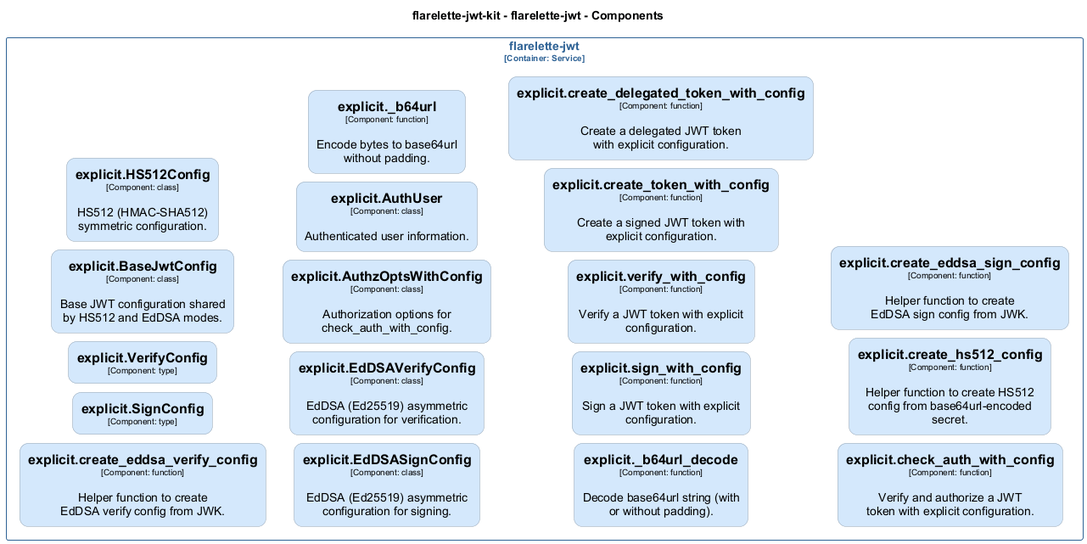
Above: docs/architecture/diagrams/structurizr-Classes_flarelette_jwt__explicit.png in chrislyons-dev/flarelette-jwt-kit (PlantUML), before the change.
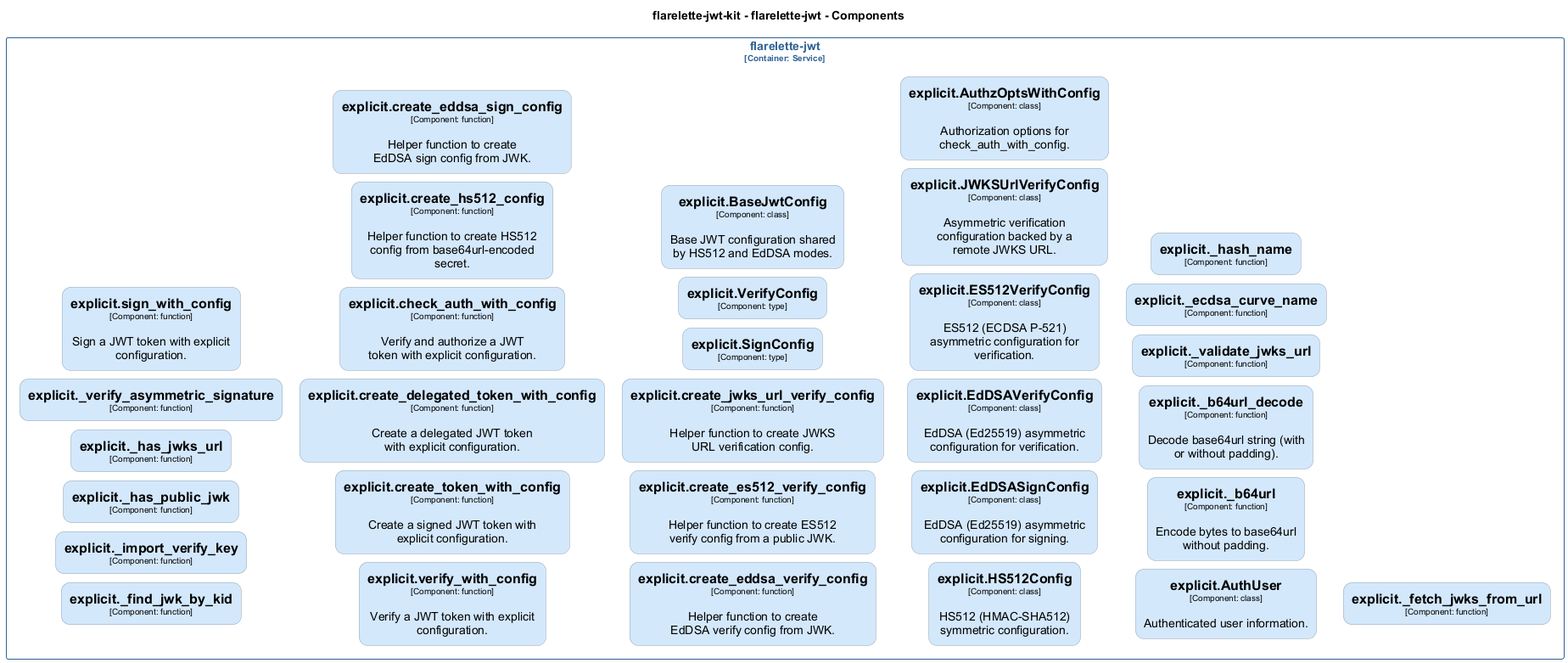
After the change.

Diff of the diagram source:
```diff
@@ -37,6 +37,13 @@
   roundCorner 20
   shadowing false
 }
+skinparam rectangle<<flarelettejwtkit.flarelettejwt.explicitES512VerifyConfig>> {
+  BackgroundColor #d4e8fc
+  FontColor #000000
+  BorderColor #94a2b0
+  roundCorner 20
+  shadowing false
+}
 skinparam rectangle<<flarelettejwtkit.flarelettejwt.explicitEdDSASignConfig>> {
   BackgroundColor #d4e8fc
   FontColor #000000
@@ -52,6 +59,13 @@
   shadowing false
 }
 skinparam rectangle<<flarelettejwtkit.flarelettejwt.explicitHS512Config>> {
+  BackgroundColor #d4e8fc
+  FontColor #000000
+  BorderColor #94a2b0
+  roundCorner 20
+  shadowing false
+}
+skinparam rectangle<<flarelettejwtkit.flarelettejwt.explicitJWKSUrlVerifyConfig>> {
   BackgroundColor #d4e8fc
   FontColor #000000
   BorderColor #94a2b0
@@ -86,6 +100,69 @@
   roundCorner 20
   shadowing false
 }
+skinparam rectangle<<flarelettejwtkit.flarelettejwt.explicit_ecdsa_curve_name>> {
+  BackgroundColor #d4e8fc
+  FontColor #000000
+  BorderColor #94a2b0
+  roundCorner 20
+  shadowing false
+}
+skinparam rectangle<<flarelettejwtkit.flarelettejwt.explicit_fetch_jwks_from_url>> {
+  BackgroundColor #d4e8fc
+  FontColor #000000
+  BorderColor #94a2b0
+  roundCorner 20
+  shadowing false
+}
+skinparam rectangle<<flarelettejwtkit.flarelettejwt.explicit_find_jwk_by_kid>> {
+  BackgroundColor #d4e8fc
+  FontColor #000000
+  BorderColor #94a2b0
+  roundCorner 20
+  shadowing false
+}
+skinparam rectangle<<flarelettejwtkit.flarelettejwt.explicit_has_jwks_url>> {
+  BackgroundColor #d4e8fc
+  FontColor #000000
+  BorderColor #94a2b0
+  roundCorner 20
+  shadowing false
+}
+skinparam rectangle<<flarelettejwtkit.flarelettejwt.explicit_has_public_jwk>> {
+  BackgroundColor #d4e8fc
+  FontColor #000000
+  BorderColor #94a2b0
+  roundCorner 20
+  shadowing false
+}
+skinparam rectangle<<flarelettejwtkit.flarelettejwt.explicit_hash_name>> {
+  BackgroundColor #d4e8fc
+  FontColor #000000
+  BorderColor #94a2b0
+  roundCorner 20
+  shadowing false
+}
+skinparam rectangle<<flarelettejwtkit.flarelettejwt.explicit_import_verify_key>> {
+  BackgroundColor #d4e8fc
+  FontColor #000000
+  BorderColor #94a2b0
+  roundCorner 20
+  shadowing false
+}
+skinparam rectangle<<flarelettejwtkit.flarelettejwt.explicit_validate_jwks_url>> {
+  BackgroundColor #d4e8fc
+  FontColor #000000
+  BorderColor #94a2b0
+  roundCorner 20
+  shadowing false
+}
+skinparam rectangle<<flarelettejwtkit.flarelettejwt.explicit_verify_asymmetric_signature>> {
+  BackgroundColor #d4e8fc
+  FontColor #000000
+  BorderColor #94a2b0
+  roundCorner 20
+  shadowing false
+}
 skinparam rectangle<<flarelettejwtkit.flarelettejwt.explicitcheck_auth_with_config>> {
   BackgroundColor #d4e8fc
   FontColor #000000
@@ -114,7 +191,21 @@
   roundCorner 20
   shadowing false
 }
+skinparam rectangle<<flarelettejwtkit.flarelettejwt.explicitcreate_es512_verify_config>> {
+  BackgroundColor #d4e8fc
+  FontColor #000000
+  BorderColor #94a2b0
+  roundCorner 20
+  shadowing false
+}
 skinparam rectangle<<flarelettejwtkit.flarelettejwt.explicitcreate_hs512_config>> {
+  BackgroundColor #d4e8fc
+  FontColor #000000
+  BorderColor #94a2b0
+  roundCorner 20
+  shadowing false
+}
+skinparam rectangle<<flarelettejwtkit.flarelettejwt.explicitcreate_jwks_url_verify_config>> {
   BackgroundColor #d4e8fc
   FontColor #000000
   BorderColor #94a2b0
@@ -149,17 +240,11 @@
 }
 
 rectangle "flarelette-jwt\n<size:10>[Container: Service]</size>" <<flarelettejwtkit.flarelettejwt>> {
-  rectangle "==explicit.create_eddsa_verify_config\n<size:10>[Component: function]</size>\n\nHelper function to create EdDSA verify config from JWK." <<flarelettejwtkit.flarelettejwt.explicitcreate_eddsa_verify_config>> as flarelettejwtkit.flarelettejwt.explicitcreate_eddsa_verify_config
-  rectangle "==explicit.SignConfig\n<size:10>[Component: type]</size>" <<flarelettejwtkit.flarelettejwt.explicitSignConfig>> as flarelettejwtkit.flarelettejwt.explicitSignConfig
-  rectangle "==explicit.VerifyConfig\n<size:10>[Component: type]</size>" <<flarelettejwtkit.flarelettejwt.explicitVerifyConfig>> as flarelettejwtkit.flarelettejwt.explicitVerifyConfig
-  rectangle "==explicit.BaseJwtConfig\n<size:10>[Component: class]</size>\n\nBase JWT configuration shared by HS512 and EdDSA modes." <<flarelettejwtkit.flarelettejwt.explicitBaseJwtConfig>> as flarelettejwtkit.flarelettejwt.explicitBaseJwtConfig
-  rectangle "==explicit.HS512Config\n<size:10>[Component: class]</size>\n\nHS512 (HMAC-SHA512) symmetric configuration." <<flarelettejwtkit.flarelettejwt.explicitHS512Config>> as flarelettejwtkit.flarelettejwt.explicitHS512Config
-  rectangle "==explicit.EdDSASignConfig\n<size:10>[Component: class]</size>\n\nEdDSA (Ed25519) asymmetric configuration for signing." <<flarelettejwtkit.flarelettejwt.explicitEdDSASignConfig>> as flarelettejwtkit.flarelettejwt.explicitEdDSASignConfig
-  rectangle "==explicit.EdDSAVerifyConfig\n<size:10>[Component: class]</size>\n\nEdDSA (Ed25519) asymmetric configuration for verification." <<flarelettejwtkit.flarelettejwt.explicitEdDSAVerifyConfig>> as flarelettejwtkit.flarelettejwt.explicitEdDSAVerifyConfig
-  rectangle "==explicit.AuthzOptsWithConfig\n<size:10>[Component: class]</size>\n\nAuthorization options for check_auth_with_config." <<flarelettejwtkit.flarelettejwt.explicitAuthzOptsWithConfig>> as flarelettejwtkit.flarelettejwt.explicitAuthzOptsWithConfig
-  rectangle "==explicit.AuthUser\n<size:10>[Component: class]</size>\n\nAuthenticated user information." <<flarelettejwtkit.flarelettejwt.explicitAuthUser>> as flarelettejwtkit.flarelettejwt.explicitAuthUser
-  rectangle "==explicit._b64url\n<size:10>[Component: function]</size>\n\nEncode bytes to base64url without padding." <<flarelettejwtkit.flarelettejwt.explicit_b64url>> as flarelettejwtkit.flarelettejwt.explicit_b64url
-  rectangle "==explicit._b64url_decode\n<size:10>[Component: function]</size>\n\nDecode base64url string (with or without padding)." <<flarelettejwtkit.flarelettejwt.explicit_b64url_decode>> as flarelettejwtkit.flarelettejwt.explicit_b64url_decode
+  rectangle "==explicit._find_jwk_by_kid\n<size:10>[Component: function]</size>" <<flarelettejwtkit.flarelettejwt.explicit_find_jwk_by_kid>> as flarelettejwtkit.flarelettejwt.explicit_find_jwk_by_kid
+  rectangle "==explicit._import_verify_key\n<size:10>[Component: function]</size>" <<flarelettejwtkit.flarelettejwt.explicit_import_verify_key>> as flarelettejwtkit.flarelettejwt.explicit_import_verify_key
+  rectangle "==explicit._has_public_jwk\n<size:10>[Component: function]</size>" <<flarelettejwtkit.flarelettejwt.explicit_has_public_jwk>> as flarelettejwtkit.flarelettejwt.explicit_has_public_jwk
+  rectangle "==explicit._has_jwks_url\n<size:10>[Component: function]</size>" <<flarelettejwtkit.flarelettejwt.explicit_has_jwks_url>> as flarelettejwtkit.flarelettejwt.explicit_has_jwks_url
+  rectangle "==explicit._verify_asymmetric_signature\n<size:10>[Component: function]</size>" <<flarelettejwtkit.flarelettejwt.explicit_verify_asymmetric_signature>> as flarelettejwtkit.flarelettejwt.explicit_verify_asymmetric_signature
   rectangle "==explicit.sign_with_config\n<size:10>[Component: function]</size>\n\nSign a JWT token with explicit configuration." <<flarelettejwtkit.flarelettejwt.explicitsign_with_config>> as flarelettejwtkit.flarelettejwt.explicitsign_with_config
   rectangle "==explicit.verify_with_config\n<size:10>[Component: function]</size>\n\nVerify a JWT token with explicit configuration." <<flarelettejwtkit.flarelettejwt.explicitverify_with_config>> as flarelettejwtkit.flarelettejwt.explicitverify_with_config
   rectangle "==explicit.create_token_with_config\n<size:10>[Component: function]</size>\n\nCreate a signed JWT token with explicit configuration." <<flarelettejwtkit.flarelettejwt.explicitcreate_token_with_config>> as flarelettejwtkit.flarelettejwt.explicitcreate_token_with_config
@@ -167,6 +252,25 @@
   rectangle "==explicit.check_auth_with_config\n<size:10>[Component: function]</size>\n\nVerify and authorize a JWT token with explicit configuration." <<flarelettejwtkit.flarelettejwt.explicitcheck_auth_with_config>> as flarelettejwtkit.flarelettejwt.explicitcheck_auth_with_config
   rectangle "==explicit.create_hs512_config\n<size:10>[Component: function]</size>\n\nHelper function to create HS512 config from base64url-encoded secret." <<flarelettejwtkit.flarelettejwt.explicitcreate_hs512_config>> as flarelettejwtkit.flarelettejwt.explicitcreate_hs512_config
   rectangle "==explicit.create_eddsa_sign_config\n<size:10>[Component: function]</size>\n\nHelper function to create EdDSA sign config from JWK." <<flarelettejwtkit.flarelettejwt.explicitcreate_eddsa_sign_config>> as flarelettejwtkit.flarelettejwt.explicitcreate_eddsa_sign_config
+  rectangle "==explicit.create_eddsa_verify_config\n<size:10>[Component: function]</size>\n\nHelper function to create EdDSA verify config from JWK." <<flarelettejwtkit.flarelettejwt.explicitcreate_eddsa_verify_config>> as flarelettejwtkit.flarelettejwt.explicitcreate_eddsa_verify_config
+  rectangle "==explicit.create_es512_verify_config\n<size:10>[Component: function]</size>\n\nHelper function to create ES512 verify config from a public JWK." <<flarelettejwtkit.flarelettejwt.explicitcreate_es512_verify_config>> as flarelettejwtkit.flarelettejwt.explicitcreate_es512_verify_config
+  rectangle "==explicit.create_jwks_url_verify_config\n<size:10>[Component: function]</size>\n\nHelper function to create JWKS URL verification config." <<flarelettejwtkit.flarelettejwt.explicitcreate_jwks_url_verify_config>> as flarelettejwtkit.flarelettejwt.explicitcreate_jwks_url_verify_config
+  rectangle "==explicit.SignConfig\n<size:10>[Component: type]</size>" <<flarelettejwtkit.flarelettejwt.explicitSignConfig>> as flarelettejwtkit.flarelettejwt.explicitSignConfig
+  rectangle "==explicit.VerifyConfig\n<size:10>[Component: type]</size>" <<flarelettejwtkit.flarelettejwt.explicitVerifyConfig>> as flarelettejwtkit.flarelettejwt.explicitVerifyConfig
+  rectangle "==explicit.BaseJwtConfig\n<size:10>[Component: class]</size>\n\nBase JWT configuration shared by HS512 and EdDSA modes." <<flarelettejwtkit.flarelettejwt.explicitBaseJwtConfig>> as flarelettejwtkit.flarelettejwt.explicitBaseJwtConfig
+  rectangle "==explicit.HS512Config\n<size:10>[Component: class]</size>\n\nHS512 (HMAC-SHA512) symmetric configuration." <<flarelettejwtkit.flarelettejwt.explicitHS512Config>> as flarelettejwtkit.flarelettejwt.explicitHS512Config
+  rectangle "==explicit.EdDSASignConfig\n<size:10>[Component: class]</size>\n\nEdDSA (Ed25519) asymmetric configuration for signing." <<flarelettejwtkit.flarelettejwt.explicitEdDSASignConfig>> as flarelettejwtkit.flarelettejwt.explicitEdDSASignConfig
+  rectangle "==explicit.EdDSAVerifyConfig\n<size:10>[Component: class]</size>\n\nEdDSA (Ed25519) asymmetric configuration for verification." <<flarelettejwtkit.flarelettejwt.explicitEdDSAVerifyConfig>> as flarelettejwtkit.flarelettejwt.explicitEdDSAVerifyConfig
+  rectangle "==explicit.ES512VerifyConfig\n<size:10>[Component: class]</size>\n\nES512 (ECDSA P-521) asymmetric configuration for verification." <<flarelettejwtkit.flarelettejwt.explicitES512VerifyConfig>> as flarelettejwtkit.flarelettejwt.explicitES512VerifyConfig
+  rectangle "==explicit.JWKSUrlVerifyConfig\n<size:10>[Component: class]</size>\n\nAsymmetric verification configuration backed by a remote JWKS URL." <<flarelettejwtkit.flarelettejwt.explicitJWKSUrlVerifyConfig>> as flarelettejwtkit.flarelettejwt.explicitJWKSUrlVerifyConfig
+  rectangle "==explicit.AuthzOptsWithConfig\n<size:10>[Component: class]</size>\n\nAuthorization options for check_auth_with_config." <<flarelettejwtkit.flarelettejwt.explicitAuthzOptsWithConfig>> as flarelettejwtkit.flarelettejwt.explicitAuthzOptsWithConfig
+  rectangle "==explicit.AuthUser\n<size:10>[Component: class]</size>\n\nAuthenticated user information." <<flarelettejwtkit.flarelettejwt.explicitAuthUser>> as flarelettejwtkit.flarelettejwt.explicitAuthUser
+  rectangle "==explicit._b64url\n<size:10>[Component: function]</size>\n\nEncode bytes to base64url without padding." <<flarelettejwtkit.flarelettejwt.explicit_b64url>> as flarelettejwtkit.flarelettejwt.explicit_b64url
+  rectangle "==explicit._b64url_decode\n<size:10>[Component: function]</size>\n\nDecode base64url string (with or without padding)." <<flarelettejwtkit.flarelettejwt.explicit_b64url_decode>> as flarelettejwtkit.flarelettejwt.explicit_b64url_decode
+  rectangle "==explicit._validate_jwks_url\n<size:10>[Component: function]</size>" <<flarelettejwtkit.flarelettejwt.explicit_validate_jwks_url>> as flarelettejwtkit.flarelettejwt.explicit_validate_jwks_url
+  rectangle "==explicit._ecdsa_curve_name\n<size:10>[Component: function]</size>" <<flarelettejwtkit.flarelettejwt.explicit_ecdsa_curve_name>> as flarelettejwtkit.flarelettejwt.explicit_ecdsa_curve_name
+  rectangle "==explicit._hash_name\n<size:10>[Component: function]</size>" <<flarelettejwtkit.flarelettejwt.explicit_hash_name>> as flarelettejwtkit.flarelettejwt.explicit_hash_name
+  rectangle "==explicit._fetch_jwks_from_url\n<size:10>[Component: function]</size>" <<flarelettejwtkit.flarelettejwt.explicit_fetch_jwks_from_url>> as flarelettejwtkit.flarelettejwt.explicit_fetch_jwks_from_url
 }
 
 @enduml
```
